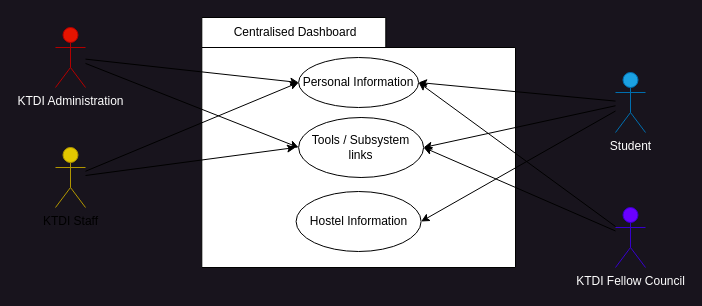
drshahizan/software-engineering keeps this draw.io diagram as page "use_case2" (2 of 4) of project/drawio/stakeholder/UML.drawio. Above is the earlier version. Source tidied: cells renumbered, new cells numbered last; positions are measured from the earlier drawing's top-left corner, leaving out a move shared by most shapes. Both pictures are drawn from the tidied source at 100%, with x=0, y=0 at pixel (55, 17).
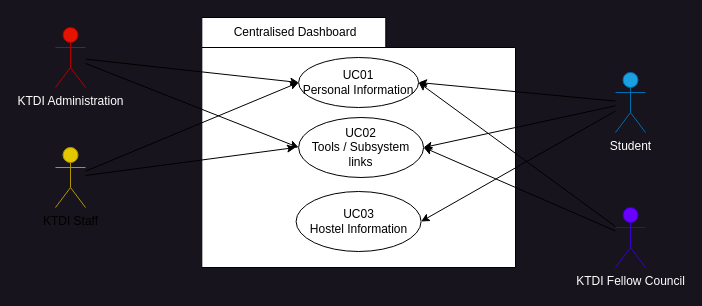
After the change.

What changed in the source:
```diff
@@
-    <mxCell id="4" value="Personal Information" style="ellipse;whiteSpace=wrap;html=1;" parent="1" vertex="1">
+    <mxCell id="4" value="UC01&lt;br&gt;Personal Information" style="ellipse;whiteSpace=wrap;html=1;" parent="1" vertex="1">
       <mxGeometry x="243.1" y="40" width="120" height="50" as="geometry" />
     </mxCell>
-    <mxCell id="5" value="Tools / Subsystem links" style="ellipse;whiteSpace=wrap;html=1;" parent="1" vertex="1">
+    <mxCell id="5" value="UC02&lt;br&gt;Tools / Subsystem links" style="ellipse;whiteSpace=wrap;html=1;" parent="1" vertex="1">
       <mxGeometry x="243.1" y="100" width="125" height="60" as="geometry" />
     </mxCell>
@@
-    <mxCell id="19" value="Hostel Information" style="ellipse;whiteSpace=wrap;html=1;" parent="1" vertex="1">
+    <mxCell id="19" value="UC03&lt;br&gt;Hostel Information" style="ellipse;whiteSpace=wrap;html=1;" parent="1" vertex="1">
       <mxGeometry x="240.6" y="174" width="125" height="60" as="geometry" />
     </mxCell>
```
